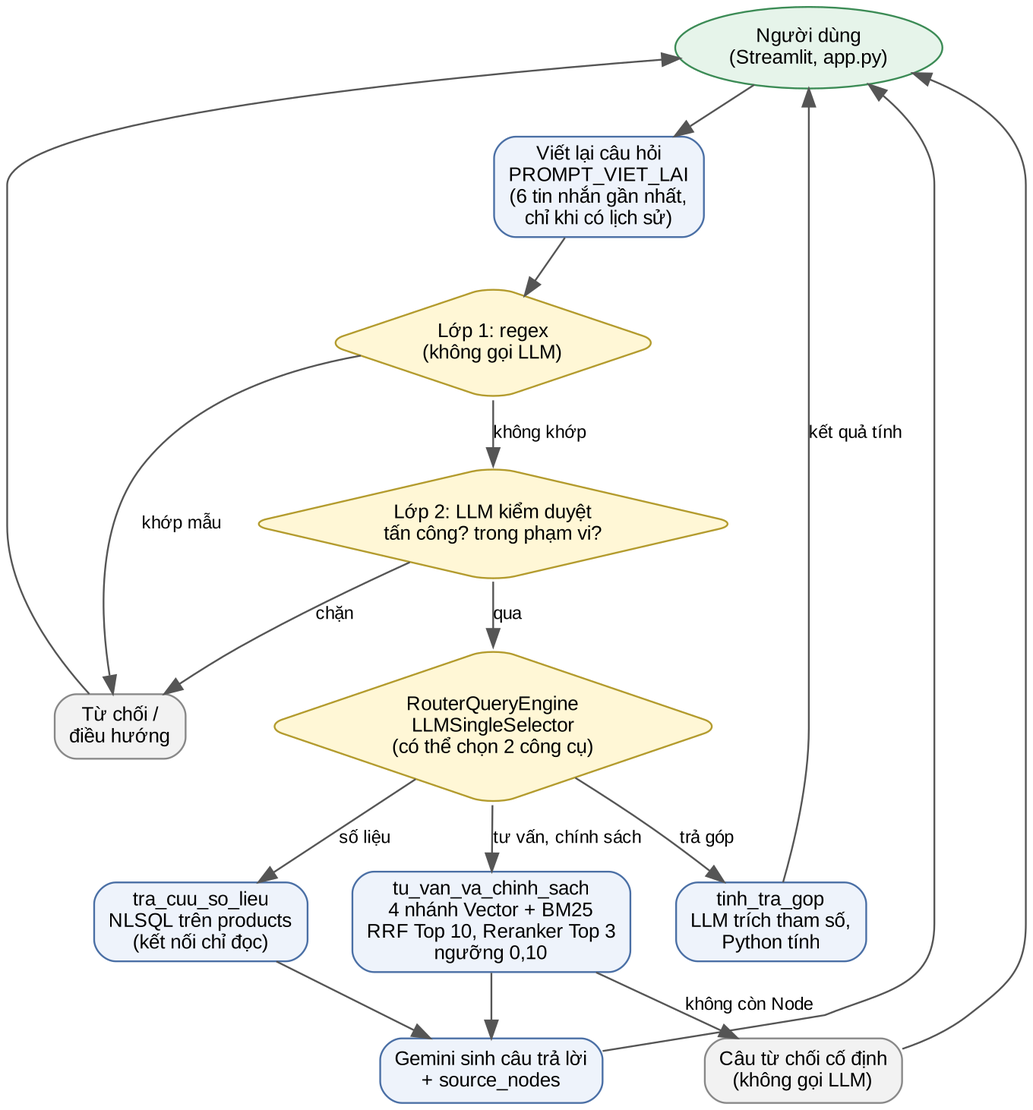
The Graphviz diagram hinh/hinh_3_2_luong_truy_van.png in npone25/LlamaIndex_RAG_Tech, before a commit. Its source is kept beside it as hinh/hinh_3_2_luong_truy_van.dot.
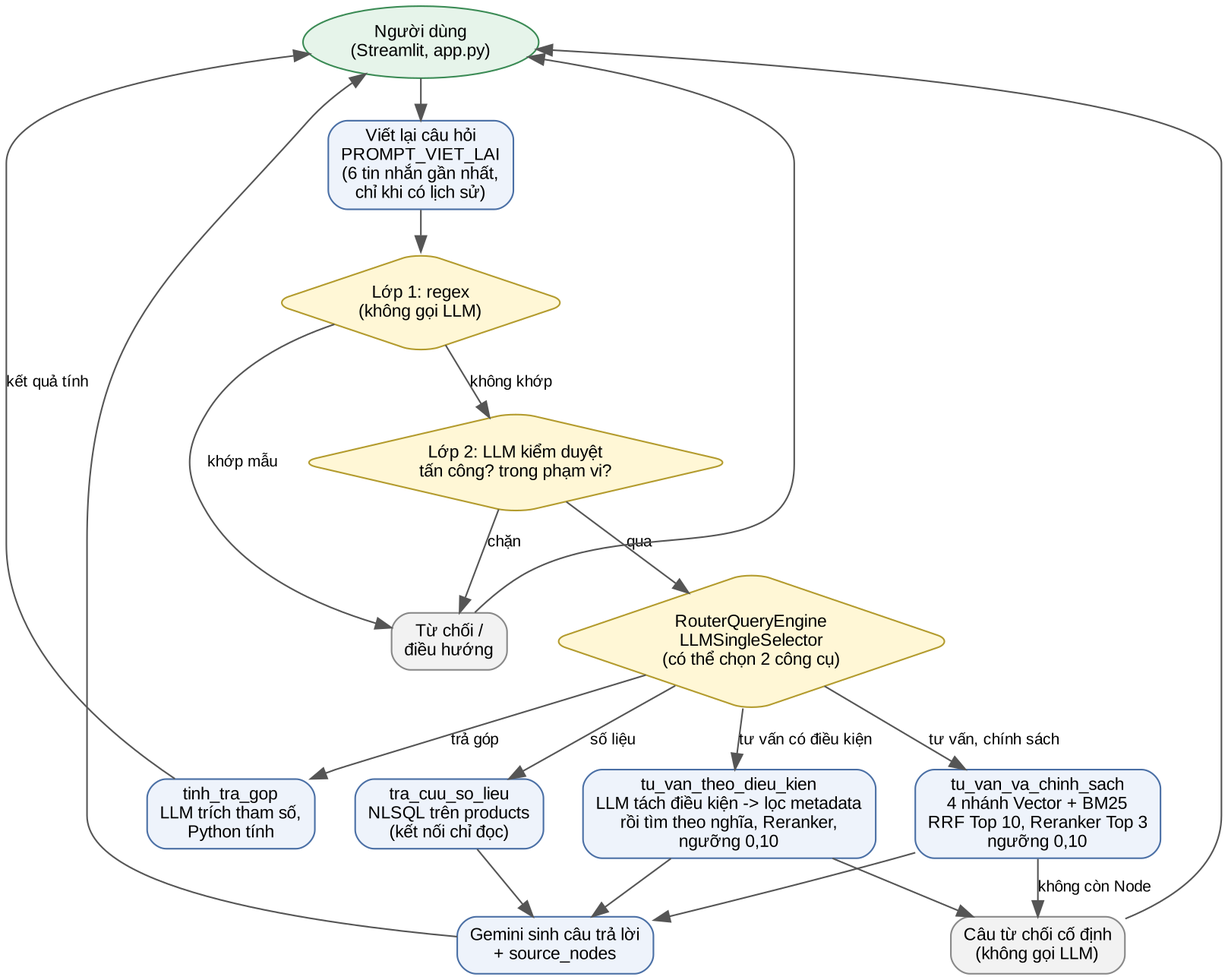
Above is the later version.

Diff of the diagram source:
```diff
@@ -10,6 +10,7 @@
   router [label="RouterQueryEngine\nLLMSingleSelector\n(có thể chọn 2 công cụ)", shape=diamond, fillcolor="#fff7d6", color="#b39b2d"];
   sql [label="tra_cuu_so_lieu\nNLSQL trên products\n(kết nối chỉ đọc)"];
   rag [label="tu_van_va_chinh_sach\n4 nhánh Vector + BM25\nRRF Top 10, Reranker Top 3\nngưỡng 0,10"];
+  dk [label="tu_van_theo_dieu_kien\nLLM tách điều kiện -> lọc metadata\nrồi tìm theo nghĩa, Reranker,\nngưỡng 0,10"];
   gop [label="tinh_tra_gop\nLLM trích tham số,\nPython tính"];
   llm [label="Gemini sinh câu trả lời\n+ source_nodes"];
   tc [label="Câu từ chối cố định\n(không gọi LLM)", fillcolor="#f2f2f2", color="#888888"];
@@ -20,8 +21,9 @@
   lg -> router [label="qua"];
   router -> sql [label="số liệu"];
   router -> rag [label="tư vấn, chính sách"];
+  router -> dk [label="tư vấn có điều kiện"];
   router -> gop [label="trả góp"];
-  rag -> tc [label="không còn Node"];
-  sql -> llm; rag -> llm; gop -> user [label="kết quả tính"];
+  rag -> tc [label="không còn Node"]; dk -> tc;
+  sql -> llm; rag -> llm; dk -> llm; gop -> user [label="kết quả tính"];
   llm -> user; refuse -> user; tc -> user;
 }
```
